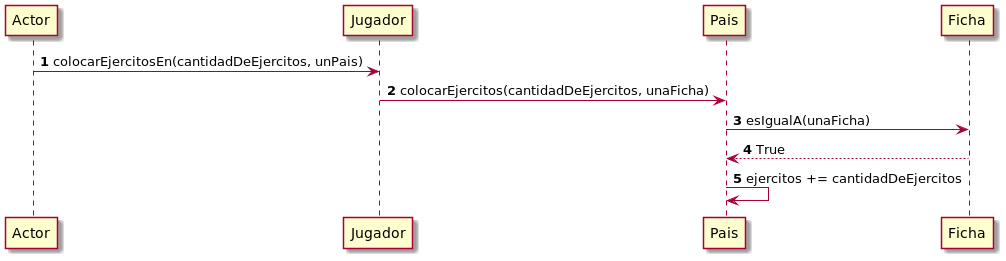
The PlantUML diagram src/main/diagramas_puml/colocarEjercitoEnPaisPropio.png in Cristianfca197/altego, before a commit.
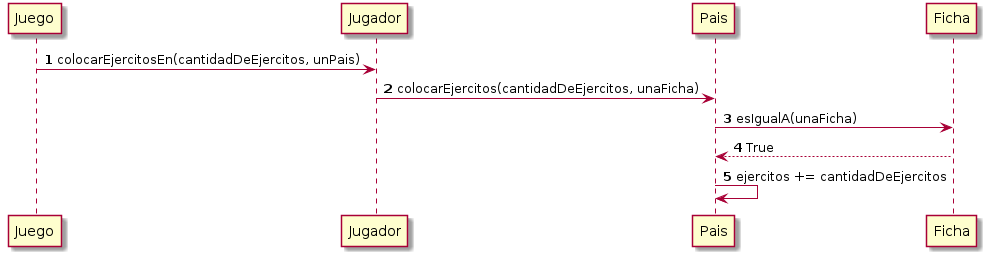
The same diagram one commit later.

Change to the diagram source:
```diff
@@ -1,8 +1,8 @@
-@startuml
+@startuml colocarEjercitoEnPaisPropio
 
 
 autonumber
-Actor -> Jugador: colocarEjercitosEn(cantidadDeEjercitos, unPais)
+Juego -> Jugador: colocarEjercitosEn(cantidadDeEjercitos, unPais)
 Jugador -> Pais: colocarEjercitos(cantidadDeEjercitos, unaFicha)
 Pais-> Ficha: esIgualA(unaFicha)
 Pais <-- Ficha:True
```
